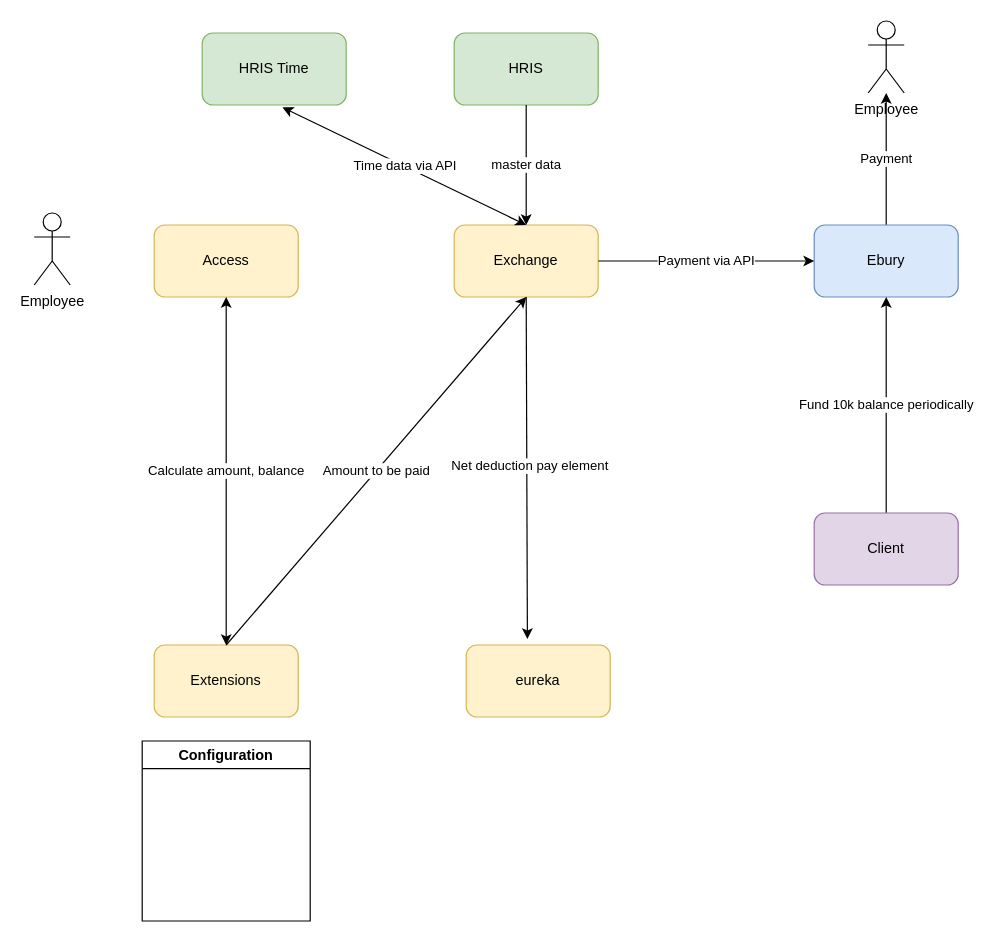
This is Untitled Diagram.drawio from jasperslits/tesla, a draw.io file, before an edit. Source tidied: cells renumbered, new cells numbered last; positions are measured from the earlier drawing's top-left corner, leaving out a move shared by most shapes. Both pictures are drawn from the tidied source at 120%, with x=0, y=0 at pixel (34, 20).
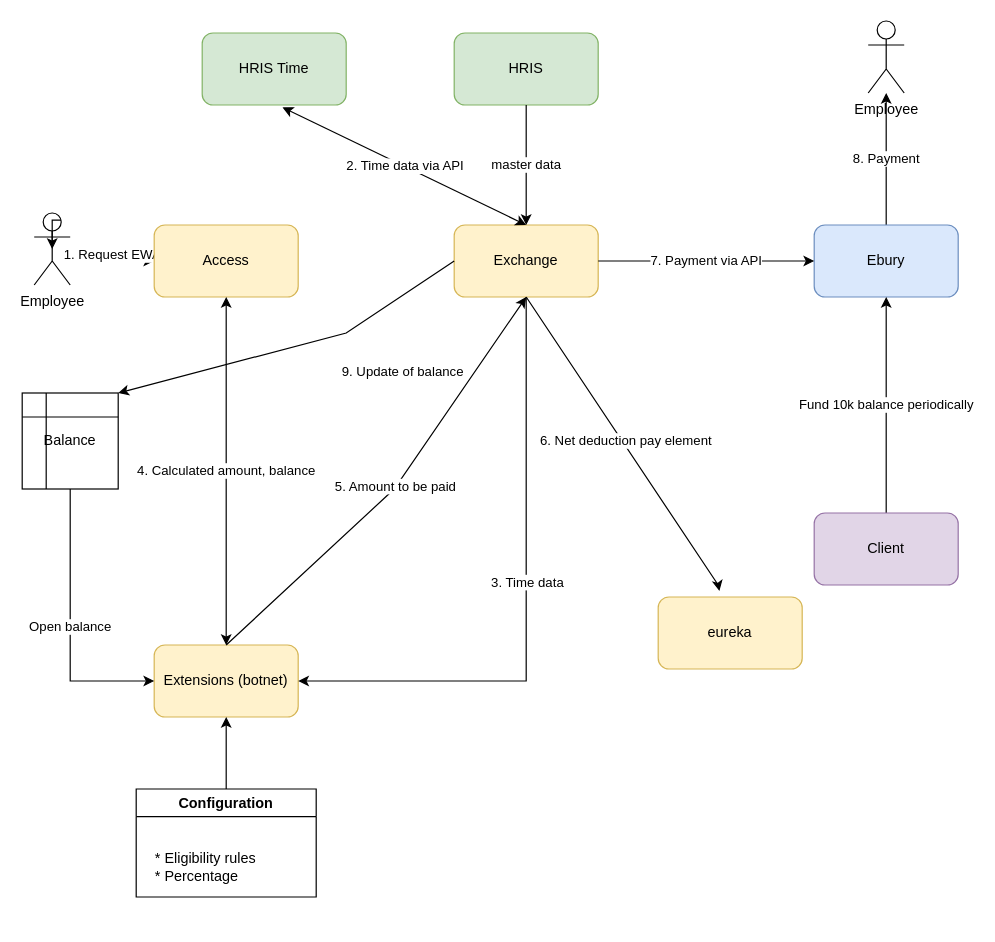
Above is the later version.

The change refers to these unchanged cells:
```xml
<mxCell id="2" value="Employee&lt;br&gt;" style="shape=umlActor;verticalLabelPosition=bottom;verticalAlign=top;html=1;outlineConnect=0;" parent="1" vertex="1">
  <mxGeometry y="160" width="30" height="60" as="geometry" />
</mxCell>
<mxCell id="3" value="Access" style="rounded=1;whiteSpace=wrap;html=1;fillColor=#fff2cc;strokeColor=#d6b656;" parent="1" vertex="1">
  <mxGeometry x="100" y="170" width="120" height="60" as="geometry" />
</mxCell>
<mxCell id="4" value="Exchange" style="rounded=1;whiteSpace=wrap;html=1;fillColor=#fff2cc;strokeColor=#d6b656;" parent="1" vertex="1">
  <mxGeometry x="350" y="170" width="120" height="60" as="geometry" />
</mxCell>
<mxCell id="8" value="Ebury" style="rounded=1;whiteSpace=wrap;html=1;fillColor=#dae8fc;strokeColor=#6c8ebf;" parent="1" vertex="1">
  <mxGeometry x="650" y="170" width="120" height="60" as="geometry" />
</mxCell>
<mxCell id="11" value="Employee&lt;br&gt;" style="shape=umlActor;verticalLabelPosition=bottom;verticalAlign=top;html=1;outlineConnect=0;" parent="1" vertex="1">
  <mxGeometry x="695" width="30" height="60" as="geometry" />
</mxCell>
<mxCell id="17" value="HRIS Time" style="rounded=1;whiteSpace=wrap;html=1;fillColor=#d5e8d4;strokeColor=#82b366;" parent="1" vertex="1">
  <mxGeometry x="140" y="10" width="120" height="60" as="geometry" />
</mxCell>
```

What changed in the source:
```diff
@@
+    <mxCell id="22" value="1. Request EWA" style="edgeStyle=orthogonalEdgeStyle;rounded=0;jettySize=auto;html=1;entryX=0;entryY=0.5;entryDx=0;entryDy=0;" parent="1" edge="1" source="2" target="3">
+      <mxGeometry relative="1" as="geometry" />
+    </mxCell>
@@
-    <mxCell id="6" value="Extensions" style="rounded=1;whiteSpace=wrap;html=1;fillColor=#fff2cc;strokeColor=#d6b656;" parent="1" vertex="1">
+    <mxCell id="6" value="Extensions (botnet)" style="rounded=1;whiteSpace=wrap;html=1;fillColor=#fff2cc;strokeColor=#d6b656;" parent="1" vertex="1">
       <mxGeometry x="100" y="520" width="120" height="60" as="geometry" />
     </mxCell>
-    <mxCell id="7" value="Payment" style="edgeStyle=orthogonalEdgeStyle;rounded=0;jettySize=auto;html=1;exitX=0.5;exitY=0;exitDx=0;exitDy=0;" parent="1" edge="1" source="8" target="11">
+    <mxCell id="7" value="8. Payment" style="edgeStyle=orthogonalEdgeStyle;rounded=0;jettySize=auto;html=1;exitX=0.5;exitY=0;exitDx=0;exitDy=0;" parent="1" edge="1" source="8" target="11">
       <mxGeometry relative="1" as="geometry" />
     </mxCell>
@@
     <mxCell id="9" value="eureka" style="rounded=1;whiteSpace=wrap;html=1;fillColor=#fff2cc;strokeColor=#d6b656;" parent="1" vertex="1">
-      <mxGeometry x="360" y="520" width="120" height="60" as="geometry" />
+      <mxGeometry x="520" y="480" width="120" height="60" as="geometry" />
     </mxCell>
-    <mxCell id="10" value="Payment via API" style="endArrow=classic;html=1;rounded=0;exitX=1;exitY=0.5;exitDx=0;exitDy=0;entryX=0;entryY=0.5;entryDx=0;entryDy=0;" parent="1" edge="1" source="4" target="8">
+    <mxCell id="10" value="7. Payment via API" style="endArrow=classic;html=1;rounded=0;exitX=1;exitY=0.5;exitDx=0;exitDy=0;entryX=0;entryY=0.5;entryDx=0;entryDy=0;" parent="1" edge="1" source="4" target="8">
       <mxGeometry relative="1" as="geometry" />
     </mxCell>
@@
     <mxCell id="12" style="endArrow=classic;html=1;rounded=0;exitX=0.5;exitY=1;exitDx=0;exitDy=0;entryX=0.425;entryY=-0.083;entryDx=0;entryDy=0;entryPerimeter=0;" parent="1" edge="1" source="4" target="9">
-      <mxGeometry relative="1" as="geometry" />
+      <mxGeometry relative="1" as="geometry">
+        <Array as="points">
+          <mxPoint x="570" y="470" />
+        </Array>
+      </mxGeometry>
     </mxCell>
-    <mxCell id="13" value="Net deduction pay element" style="edgeLabel;html=1;align=center;verticalAlign=middle;" parent="12" vertex="1">
+    <mxCell id="13" value="6. Net deduction pay element" style="edgeLabel;html=1;align=center;verticalAlign=middle;" parent="12" vertex="1">
       <mxGeometry x="-0.01" y="2" relative="1" as="geometry" />
     </mxCell>
@@
-    <mxCell id="18" value="Time data via API" style="endArrow=classic;startArrow=classic;html=1;rounded=0;exitX=0.558;exitY=1.033;exitDx=0;exitDy=0;exitPerimeter=0;entryX=0.5;entryY=0;entryDx=0;entryDy=0;" parent="1" edge="1" source="17" target="4">
+    <mxCell id="18" value="2. Time data via API" style="endArrow=classic;startArrow=classic;html=1;rounded=0;exitX=0.558;exitY=1.033;exitDx=0;exitDy=0;exitPerimeter=0;entryX=0.5;entryY=0;entryDx=0;entryDy=0;" parent="1" edge="1" source="17" target="4">
       <mxGeometry relative="1" as="geometry" />
     </mxCell>
-    <mxCell id="19" value="Calculate amount, balance" style="endArrow=classic;startArrow=classic;html=1;rounded=0;entryX=0.5;entryY=1;entryDx=0;entryDy=0;" parent="1" edge="1" target="3">
+    <mxCell id="19" value="4. Calculated amount, balance" style="endArrow=classic;startArrow=classic;html=1;rounded=0;entryX=0.5;entryY=1;entryDx=0;entryDy=0;" parent="1" edge="1" target="3">
       <mxGeometry relative="1" as="geometry">
         <mxPoint x="160" y="520" as="sourcePoint" />
       </mxGeometry>
     </mxCell>
-    <mxCell id="20" value="Amount to be paid" style="endArrow=classic;html=1;rounded=0;exitX=0.5;exitY=0;exitDx=0;exitDy=0;entryX=0.5;entryY=1;entryDx=0;entryDy=0;" parent="1" edge="1" source="6" target="4">
-      <mxGeometry relative="1" as="geometry" />
+    <mxCell id="20" value="5. Amount to be paid" style="endArrow=classic;html=1;rounded=0;exitX=0.5;exitY=0;exitDx=0;exitDy=0;entryX=0.5;entryY=1;entryDx=0;entryDy=0;" parent="1" edge="1" source="6" target="4">
+      <mxGeometry relative="1" as="geometry">
+        <Array as="points">
+          <mxPoint x="300" y="390" />
+        </Array>
+      </mxGeometry>
     </mxCell>
+    <mxCell id="23" style="edgeStyle=orthogonalEdgeStyle;rounded=0;jettySize=auto;html=1;exitX=0.5;exitY=0;exitDx=0;exitDy=0;entryX=0.5;entryY=1;entryDx=0;entryDy=0;" parent="1" edge="1" source="21" target="6">
+      <mxGeometry relative="1" as="geometry" />
+    </mxCell>
     <mxCell id="21" value="Configuration" style="swimlane;whiteSpace=wrap;html=1;" parent="1" vertex="1">
-      <mxGeometry x="90" y="600" width="140" height="150" as="geometry" />
+      <mxGeometry x="85" y="640" width="150" height="90" as="geometry" />
     </mxCell>
+    <mxCell id="24" value="* Eligibility rules&lt;br&gt;* Percentage" style="text;strokeColor=none;fillColor=none;align=left;verticalAlign=middle;spacingLeft=4;spacingRight=4;overflow=hidden;whiteSpace=wrap;html=1;" parent="21" vertex="1">
+      <mxGeometry x="10" y="30" width="140" height="70" as="geometry" />
+    </mxCell>
+    <mxCell id="25" style="edgeStyle=orthogonalEdgeStyle;rounded=0;orthogonalLoop=1;jettySize=auto;html=1;exitX=0.75;exitY=0.1;exitDx=0;exitDy=0;exitPerimeter=0;entryX=0.5;entryY=0.5;entryDx=0;entryDy=0;entryPerimeter=0;" parent="1" edge="1" source="2" target="2">
+      <mxGeometry relative="1" as="geometry" />
+    </mxCell>
+    <mxCell id="26" style="endArrow=classic;html=1;rounded=0;exitX=0.5;exitY=1;exitDx=0;exitDy=0;entryX=1;entryY=0.5;entryDx=0;entryDy=0;" parent="1" edge="1" source="4" target="6">
+      <mxGeometry relative="1" as="geometry">
+        <Array as="points">
+          <mxPoint x="410" y="550" />
+        </Array>
+      </mxGeometry>
+    </mxCell>
+    <mxCell id="27" value="3. Time data" style="edgeLabel;html=1;align=center;verticalAlign=middle;" parent="26" vertex="1">
+      <mxGeometry x="-0.07" relative="1" as="geometry" />
+    </mxCell>
+    <mxCell id="28" value="Open balance" style="edgeStyle=orthogonalEdgeStyle;rounded=0;jettySize=auto;html=1;exitX=0.5;exitY=1;exitDx=0;exitDy=0;entryX=0;entryY=0.5;entryDx=0;entryDy=0;" parent="1" edge="1" source="29" target="6">
+      <mxGeometry relative="1" as="geometry" />
+    </mxCell>
+    <mxCell id="29" value="Balance" style="shape=internalStorage;whiteSpace=wrap;html=1;backgroundOutline=1;" parent="1" vertex="1">
+      <mxGeometry x="-10" y="310" width="80" height="80" as="geometry" />
+    </mxCell>
+    <mxCell id="30" value="9. Update of balance" style="endArrow=classic;html=1;rounded=0;exitX=0;exitY=0.5;exitDx=0;exitDy=0;entryX=1;entryY=0;entryDx=0;entryDy=0;" parent="1" edge="1" source="4" target="29">
+      <mxGeometry x="-0.43" y="53" relative="1" as="geometry">
+        <Array as="points">
+          <mxPoint x="260" y="260" />
+        </Array>
+      </mxGeometry>
+    </mxCell>
```
